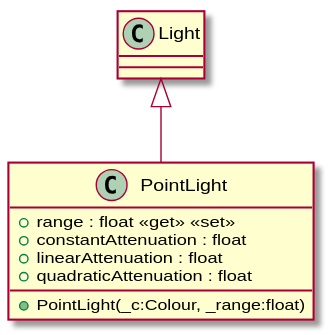
Earlier version of the PlantUML export UML/Core/Graphics/Lighting/PointLight.svg (Zaephus/GraphicsProgramming).
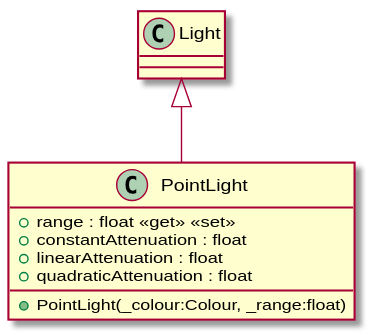
The same file after the commit.

Change to the diagram source:
```diff
@@ -4,7 +4,7 @@
     + constantAttenuation : float
     + linearAttenuation : float
     + quadraticAttenuation : float
-    + PointLight(_c:Colour, _range:float)
+    + PointLight(_colour:Colour, _range:float)
 }
 Light <|-- PointLight
 @enduml
```
